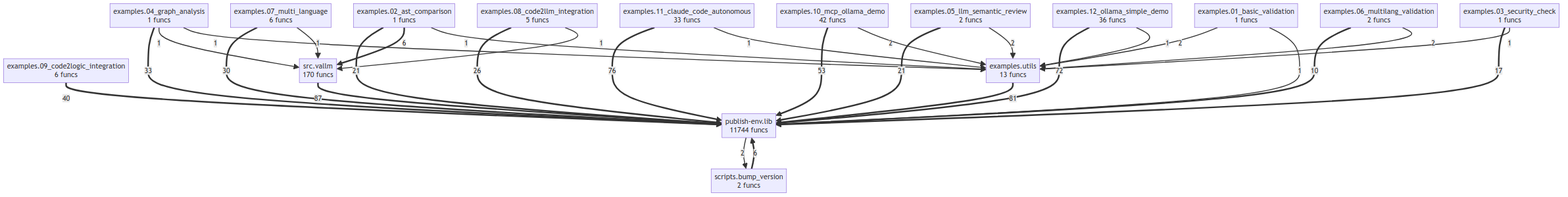
Earlier version of the Mermaid export project/compact_flow.png (semcod/vallm). Its source is kept beside it as project/compact_flow.mmd.
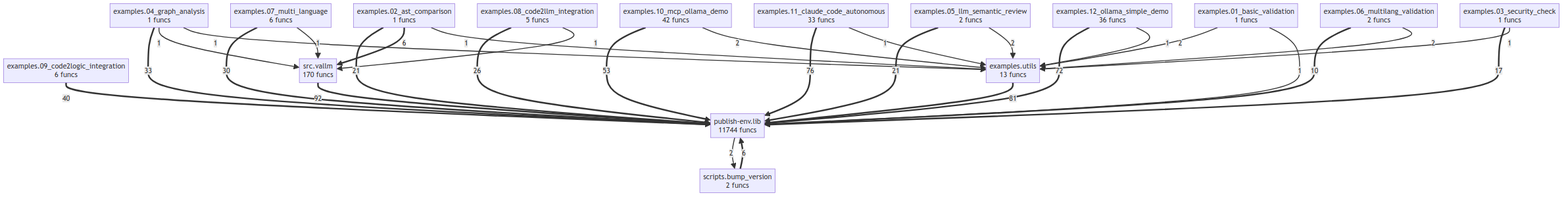
After the change.

The edit, as a diff of the source:
```diff
@@ -15,7 +15,7 @@
     publish_env_lib["publish-env.lib<br/>11744 funcs"]
     scripts_bump_version["scripts.bump_version<br/>2 funcs"]
     src_vallm["src.vallm<br/>170 funcs"]
-    src_vallm ==>|87| publish_env_lib
+    src_vallm ==>|92| publish_env_lib
     examples_utils ==>|81| publish_env_lib
     examples_11_claude_code_autonomous ==>|76| publish_env_lib
     examples_12_ollama_simple_demo ==>|72| publish_env_lib
@@ -35,11 +35,11 @@
     examples_01_basic_validation -->|2| examples_utils
     examples_06_multilang_validation -->|2| examples_utils
     examples_10_mcp_ollama_demo -->|2| examples_utils
-    examples_11_claude_code_autonomous -->|1| examples_utils
     examples_04_graph_analysis -->|1| src_vallm
     examples_04_graph_analysis -->|1| examples_utils
+    examples_11_claude_code_autonomous -->|1| examples_utils
+    examples_01_basic_validation -->|1| publish_env_lib
     examples_12_ollama_simple_demo -->|1| examples_utils
-    examples_01_basic_validation -->|1| publish_env_lib
     examples_02_ast_comparison -->|1| examples_utils
     examples_03_security_check -->|1| examples_utils
     examples_07_multi_language -->|1| src_vallm
```
